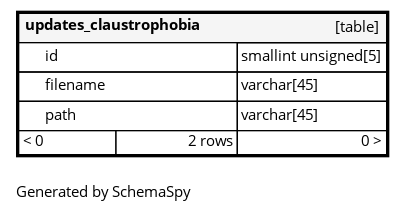
This is diagrams/tables/updates_claustrophobia.1degree.png from ta-forever/db, a Graphviz export, as it was before one commit. Its source is kept beside it as diagrams/tables/updates_claustrophobia.1degree.dot. The source it was exported from:
```dot
digraph "oneDegreeRelationshipsDiagram" {
  graph [    rankdir="RL"    bgcolor="#ffffff"    label="\nGenerated by SchemaSpy"    labeljust="l"    nodesep="0.18"    ranksep="0.46"    fontname="Helvetica"    fontsize="11"    ration="compress"  ];  node [    fontname="Helvetica"    fontsize="11"    shape="plaintext"  ];  edge [    arrowsize="0.8"  ];
  "updates_claustrophobia" [
   label=<
    <TABLE BORDER="2" CELLBORDER="1" CELLSPACING="0" BGCOLOR="#ffffff">
      <TR><TD COLSPAN="4"  BGCOLOR="#f5f5f5"><TABLE BORDER="0" CELLSPACING="0"><TR><TD ALIGN="LEFT" FIXEDSIZE="TRUE" WIDTH="143" HEIGHT="16"><B>updates_claustrophobia</B></TD><TD ALIGN="RIGHT">[table]</TD></TR></TABLE></TD></TR>
      <TR><TD PORT="id" COLSPAN="2" BGCOLOR="#ffffff" ALIGN="LEFT"><TABLE BORDER="0" CELLSPACING="0" ALIGN="LEFT"><TR ALIGN="LEFT"><TD ALIGN="LEFT" FIXEDSIZE="TRUE" WIDTH="15" HEIGHT="16"></TD><TD ALIGN="LEFT" FIXEDSIZE="TRUE" WIDTH="143" HEIGHT="16">id</TD></TR></TABLE></TD><TD PORT="id.type" ALIGN="LEFT">smallint unsigned[5]</TD></TR>
      <TR><TD PORT="filename" COLSPAN="2" ALIGN="LEFT"><TABLE BORDER="0" CELLSPACING="0" ALIGN="LEFT"><TR ALIGN="LEFT"><TD ALIGN="LEFT" FIXEDSIZE="TRUE" WIDTH="15" HEIGHT="16"></TD><TD ALIGN="LEFT" FIXEDSIZE="TRUE" WIDTH="143" HEIGHT="16">filename</TD></TR></TABLE></TD><TD PORT="filename.type" ALIGN="LEFT">varchar[45]</TD></TR>
      <TR><TD PORT="path" COLSPAN="2" ALIGN="LEFT"><TABLE BORDER="0" CELLSPACING="0" ALIGN="LEFT"><TR ALIGN="LEFT"><TD ALIGN="LEFT" FIXEDSIZE="TRUE" WIDTH="15" HEIGHT="16"></TD><TD ALIGN="LEFT" FIXEDSIZE="TRUE" WIDTH="143" HEIGHT="16">path</TD></TR></TABLE></TD><TD PORT="path.type" ALIGN="LEFT">varchar[45]</TD></TR>
      <TR><TD ALIGN="LEFT" BGCOLOR="#ffffff">&lt; 0</TD><TD ALIGN="RIGHT" BGCOLOR="#ffffff">2 rows</TD><TD ALIGN="RIGHT" BGCOLOR="#ffffff">0 &gt;</TD></TR>
    </TABLE>>
    URL="updates_claustrophobia.html"
    target="_top"
    tooltip="updates_claustrophobia"
  ];
}
```
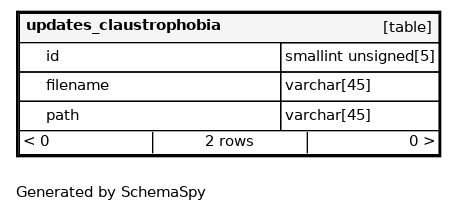
Above is the later version.

What changed in the source:
```diff
@@ -1,13 +1,13 @@
 digraph "oneDegreeRelationshipsDiagram" {
-  graph [    rankdir="RL"    bgcolor="#ffffff"    label="\nGenerated by SchemaSpy"    labeljust="l"    nodesep="0.18"    ranksep="0.46"    fontname="Helvetica"    fontsize="11"    ration="compress"  ];  node [    fontname="Helvetica"    fontsize="11"    shape="plaintext"  ];  edge [    arrowsize="0.8"  ];
+  graph [    rankdir="RL"    bgcolor="#ffffff"    label="\nGenerated by SchemaSpy"    labeljust="l"    nodesep="0.18"    ranksep="0.46"    fontname="Helvetica"    fontsize="11"    packmode="graph"  ];  node [    fontname="Helvetica"    fontsize="11"    shape="plaintext"  ];  edge [    arrowsize="0.8"  ];
   "updates_claustrophobia" [
    label=<
     <TABLE BORDER="2" CELLBORDER="1" CELLSPACING="0" BGCOLOR="#ffffff">
-      <TR><TD COLSPAN="4"  BGCOLOR="#f5f5f5"><TABLE BORDER="0" CELLSPACING="0"><TR><TD ALIGN="LEFT" FIXEDSIZE="TRUE" WIDTH="143" HEIGHT="16"><B>updates_claustrophobia</B></TD><TD ALIGN="RIGHT">[table]</TD></TR></TABLE></TD></TR>
-      <TR><TD PORT="id" COLSPAN="2" BGCOLOR="#ffffff" ALIGN="LEFT"><TABLE BORDER="0" CELLSPACING="0" ALIGN="LEFT"><TR ALIGN="LEFT"><TD ALIGN="LEFT" FIXEDSIZE="TRUE" WIDTH="15" HEIGHT="16"></TD><TD ALIGN="LEFT" FIXEDSIZE="TRUE" WIDTH="143" HEIGHT="16">id</TD></TR></TABLE></TD><TD PORT="id.type" ALIGN="LEFT">smallint unsigned[5]</TD></TR>
-      <TR><TD PORT="filename" COLSPAN="2" ALIGN="LEFT"><TABLE BORDER="0" CELLSPACING="0" ALIGN="LEFT"><TR ALIGN="LEFT"><TD ALIGN="LEFT" FIXEDSIZE="TRUE" WIDTH="15" HEIGHT="16"></TD><TD ALIGN="LEFT" FIXEDSIZE="TRUE" WIDTH="143" HEIGHT="16">filename</TD></TR></TABLE></TD><TD PORT="filename.type" ALIGN="LEFT">varchar[45]</TD></TR>
-      <TR><TD PORT="path" COLSPAN="2" ALIGN="LEFT"><TABLE BORDER="0" CELLSPACING="0" ALIGN="LEFT"><TR ALIGN="LEFT"><TD ALIGN="LEFT" FIXEDSIZE="TRUE" WIDTH="15" HEIGHT="16"></TD><TD ALIGN="LEFT" FIXEDSIZE="TRUE" WIDTH="143" HEIGHT="16">path</TD></TR></TABLE></TD><TD PORT="path.type" ALIGN="LEFT">varchar[45]</TD></TR>
-      <TR><TD ALIGN="LEFT" BGCOLOR="#ffffff">&lt; 0</TD><TD ALIGN="RIGHT" BGCOLOR="#ffffff">2 rows</TD><TD ALIGN="RIGHT" BGCOLOR="#ffffff">0 &gt;</TD></TR>
+      <TR><TD COLSPAN="4"  BGCOLOR="#f5f5f5"><TABLE BORDER="0" CELLSPACING="0"><TR><TD ALIGN="LEFT" FIXEDSIZE="TRUE" WIDTH="175" HEIGHT="16"><B>updates_claustrophobia</B></TD><TD ALIGN="RIGHT">[table]</TD></TR></TABLE></TD></TR>
+      <TR><TD PORT="id" COLSPAN="2" BGCOLOR="#ffffff" ALIGN="LEFT"><TABLE BORDER="0" CELLSPACING="0" ALIGN="LEFT"><TR ALIGN="LEFT"><TD ALIGN="LEFT" FIXEDSIZE="TRUE" WIDTH="15" HEIGHT="16"></TD><TD ALIGN="LEFT" FIXEDSIZE="TRUE" WIDTH="175" HEIGHT="16">id</TD></TR></TABLE></TD><TD PORT="id.type" ALIGN="LEFT">smallint unsigned[5]</TD></TR>
+      <TR><TD PORT="filename" COLSPAN="2" ALIGN="LEFT"><TABLE BORDER="0" CELLSPACING="0" ALIGN="LEFT"><TR ALIGN="LEFT"><TD ALIGN="LEFT" FIXEDSIZE="TRUE" WIDTH="15" HEIGHT="16"></TD><TD ALIGN="LEFT" FIXEDSIZE="TRUE" WIDTH="175" HEIGHT="16">filename</TD></TR></TABLE></TD><TD PORT="filename.type" ALIGN="LEFT">varchar[45]</TD></TR>
+      <TR><TD PORT="path" COLSPAN="2" ALIGN="LEFT"><TABLE BORDER="0" CELLSPACING="0" ALIGN="LEFT"><TR ALIGN="LEFT"><TD ALIGN="LEFT" FIXEDSIZE="TRUE" WIDTH="15" HEIGHT="16"></TD><TD ALIGN="LEFT" FIXEDSIZE="TRUE" WIDTH="175" HEIGHT="16">path</TD></TR></TABLE></TD><TD PORT="path.type" ALIGN="LEFT">varchar[45]</TD></TR>
+      <TR><TD ALIGN="LEFT" CELLPADDING="0" BGCOLOR="#ffffff" COLSPAN="4" ><TABLE BORDER="0" CELLBORDER="0" CELLSPACING="0"><TR><TD ALIGN="LEFT" BGCOLOR="#ffffff">&lt; 0</TD><VR/><TD ALIGN="CENTER" BGCOLOR="#ffffff">2 rows</TD><VR/><TD ALIGN="RIGHT" BGCOLOR="#ffffff">0 &gt;</TD></TR></TABLE></TD></TR>
     </TABLE>>
     URL="updates_claustrophobia.html"
     target="_top"
```
